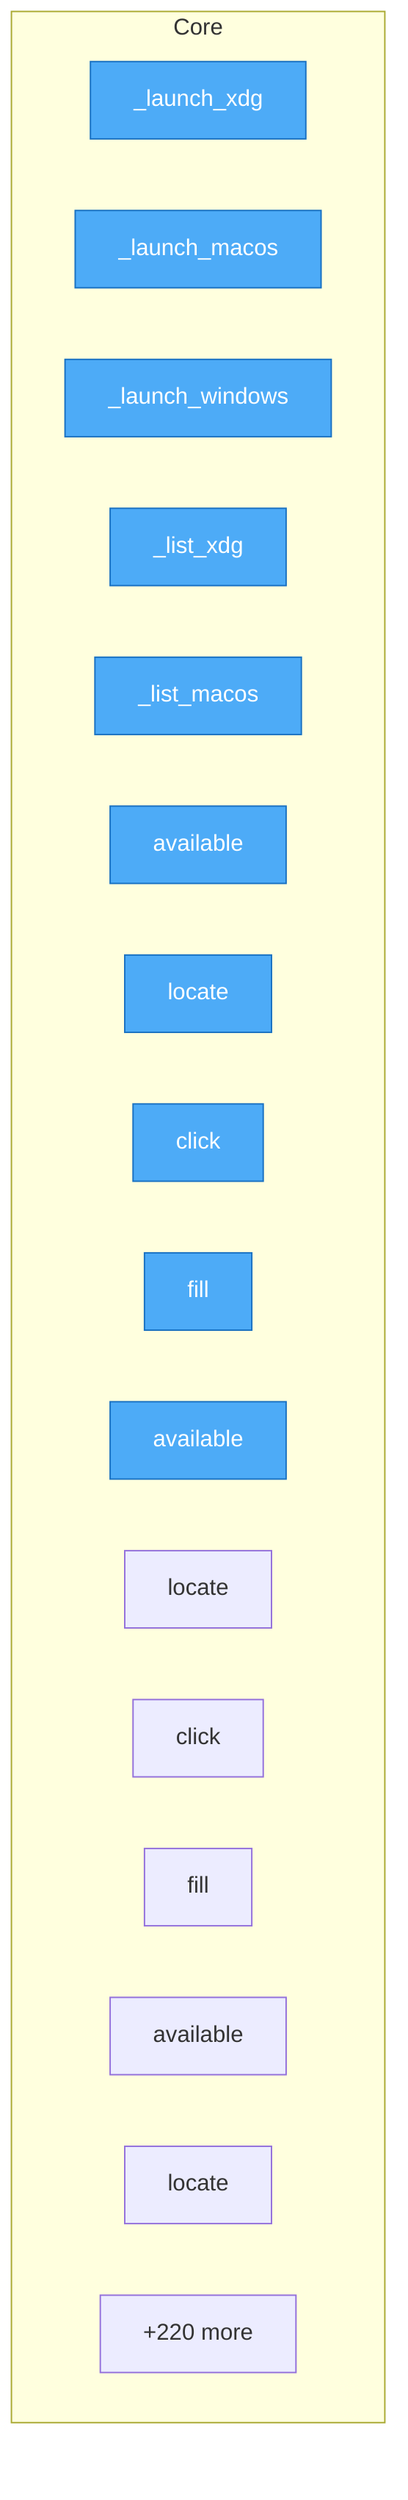
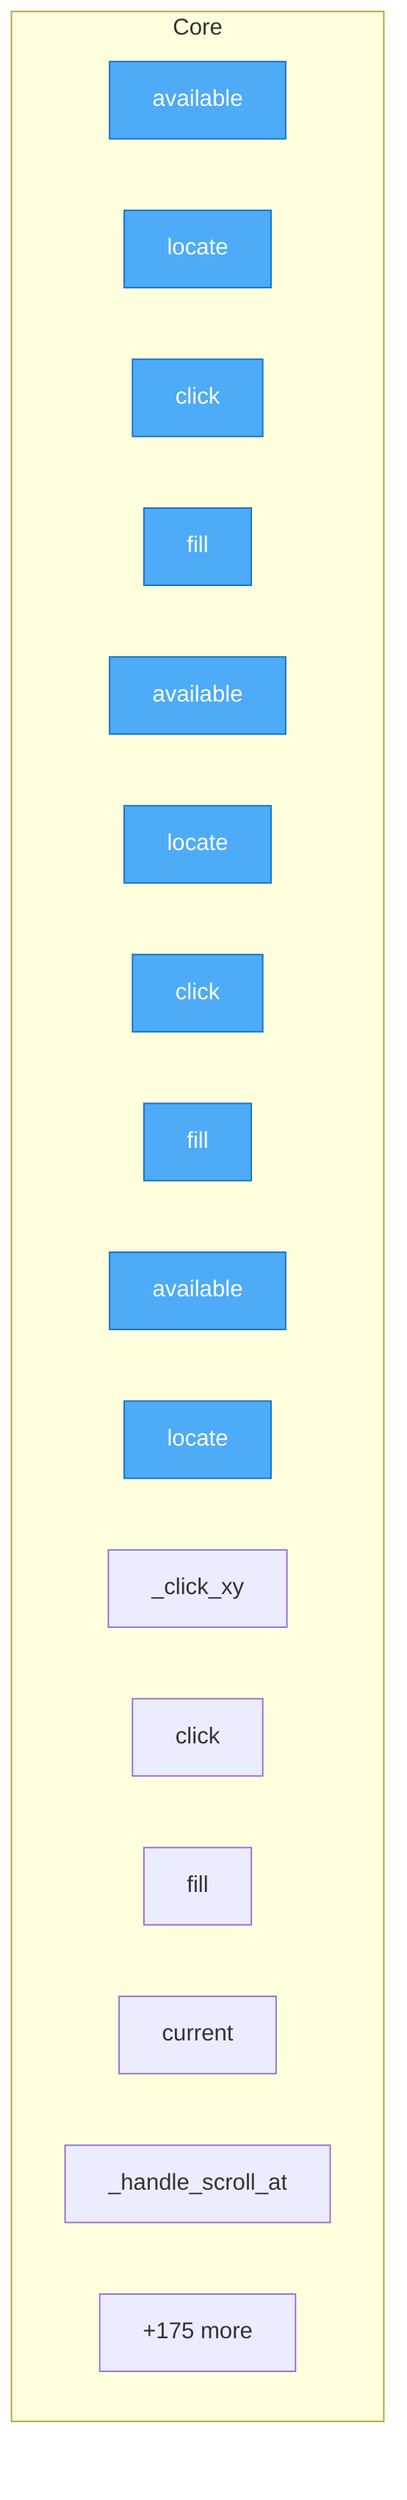
flowchart TD
%% generated in 0.01s

    %% Entry points (blue)
    classDef entry fill:#4dabf7,stroke:#1971c2,color:#fff

    subgraph Core
-         urirun_connector_kvm__launch_backends___launch_xdg["_launch_xdg"]
-         urirun_connector_kvm__launch_backends___launch_macos["_launch_macos"]
-         urirun_connector_kvm__launch_backends___launch_windows["_launch_windows"]
-         urirun_connector_kvm__launch_backends___list_xdg["_list_xdg"]
-         urirun_connector_kvm__launch_backends___list_macos["_list_macos"]
        urirun_connector_kvm__strategies__CdpStrategy__available["available"]
        urirun_connector_kvm__strategies__CdpStrategy__locate["locate"]
        urirun_connector_kvm__strategies__CdpStrategy__click["click"]
        urirun_connector_kvm__strategies__CdpStrategy__fill["fill"]
        urirun_connector_kvm__strategies__AtspiStrategy__available["available"]
        urirun_connector_kvm__strategies__AtspiStrategy__locate["locate"]
        urirun_connector_kvm__strategies__AtspiStrategy__click["click"]
        urirun_connector_kvm__strategies__AtspiStrategy__fill["fill"]
        urirun_connector_kvm__strategies__VisionStrategy__available["available"]
        urirun_connector_kvm__strategies__VisionStrategy__locate["locate"]
-         ...["+220 more"]
+         urirun_connector_kvm__strategies__VisionStrategy___click_xy["_click_xy"]
+         urirun_connector_kvm__strategies__VisionStrategy__click["click"]
+         urirun_connector_kvm__strategies__VisionStrategy__fill["fill"]
+         urirun_connector_kvm__surface__current["current"]
+         computer_use_preview__agent__BrowserAgent___handle_scroll_at["_handle_scroll_at"]
+         ...["+175 more"]
    end

-     class urirun_connector_kvm__launch_backends___launch_xdg,urirun_connector_kvm__launch_backends___launch_macos,urirun_connector_kvm__launch_backends___launch_windows,urirun_connector_kvm__launch_backends___list_xdg,urirun_connector_kvm__launch_backends___list_macos,urirun_connector_kvm__strategies__CdpStrategy__available,urirun_connector_kvm__strategies__CdpStrategy__locate,urirun_connector_kvm__strategies__CdpStrategy__click,urirun_connector_kvm__strategies__CdpStrategy__fill,urirun_connector_kvm__strategies__AtspiStrategy__available entry
+     class urirun_connector_kvm__strategies__CdpStrategy__available,urirun_connector_kvm__strategies__CdpStrategy__locate,urirun_connector_kvm__strategies__CdpStrategy__click,urirun_connector_kvm__strategies__CdpStrategy__fill,urirun_connector_kvm__strategies__AtspiStrategy__available,urirun_connector_kvm__strategies__AtspiStrategy__locate,urirun_connector_kvm__strategies__AtspiStrategy__click,urirun_connector_kvm__strategies__AtspiStrategy__fill,urirun_connector_kvm__strategies__VisionStrategy__available,urirun_connector_kvm__strategies__VisionStrategy__locate entry
